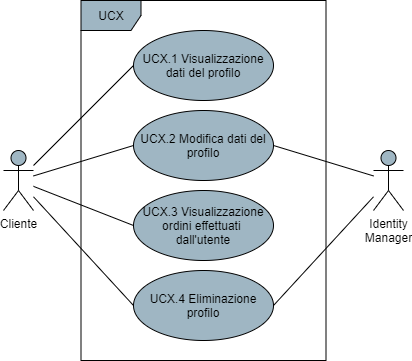
Earlier version of the draw.io export DocumentazioneEsterna/AnalisiDeiRequisiti/res/UseCase/Immagini/GestioneProfilo.png (Omicron-Team/Documentazione). Source tidied: cells renumbered, new cells last; positions are measured from the earlier drawing's top-left corner, leaving out a move shared by most shapes.
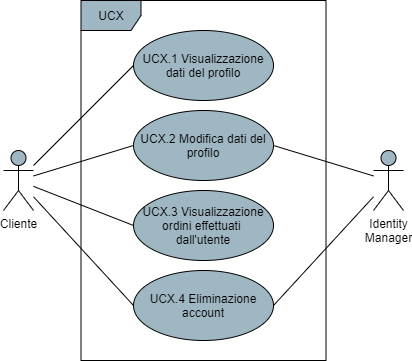
The same diagram one commit later.

Commit message:
stesura use case di registrazione, carrello e profilo

Diff of the diagram source:
```diff
@@ -29,7 +29,7 @@
     <mxCell id="10" value="UCX.3 Visualizzazione ordini effettuati &lt;br&gt;dall'utente" style="ellipse;whiteSpace=wrap;html=1;fillColor=#9FB6C3;" parent="1" vertex="1">
       <mxGeometry x="130" y="190" width="140" height="70" as="geometry" />
     </mxCell>
-    <mxCell id="11" value="UCX.4 Eliminazione profilo" style="ellipse;whiteSpace=wrap;html=1;fillColor=#9FB6C3;" parent="1" vertex="1">
+    <mxCell id="11" value="UCX.4 Eliminazione account" style="ellipse;whiteSpace=wrap;html=1;fillColor=#9FB6C3;" parent="1" vertex="1">
       <mxGeometry x="130" y="270" width="140" height="70" as="geometry" />
     </mxCell>
     <mxCell id="12" style="edgeStyle=none;rounded=0;jettySize=auto;html=1;entryX=1;entryY=0.5;entryDx=0;entryDy=0;endArrow=none;endFill=0;" parent="1" edge="1" source="14" target="9">
```
